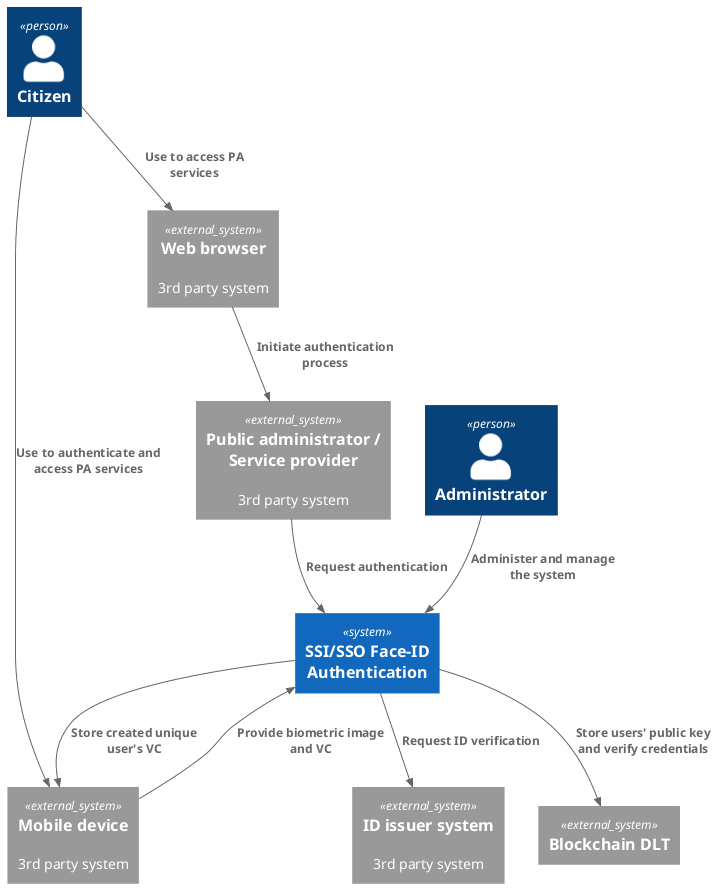
Earlier version of the PlantUML export images/ContextDiagram.png (Dorfultariant/Architecture_Diagrams).
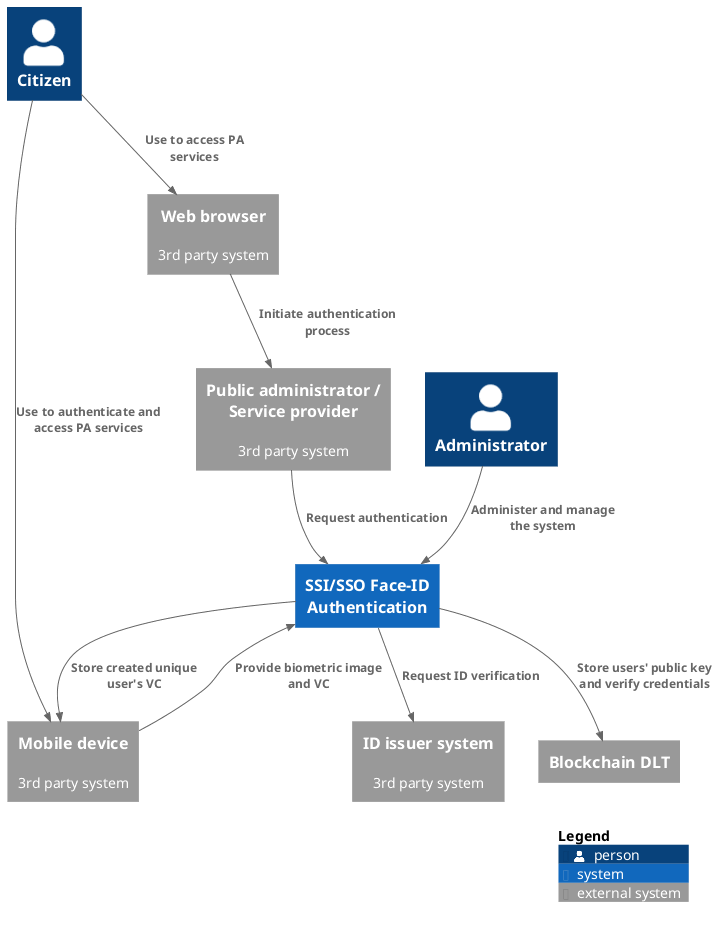
After the commit.

Commit message:
Legend back

Diff of the diagram source:
```diff
@@ -26,5 +26,6 @@
 
 Rel(externalPA, systemCore, "Request authentication")
 
+SHOW_LEGEND()
 
 @enduml
```
